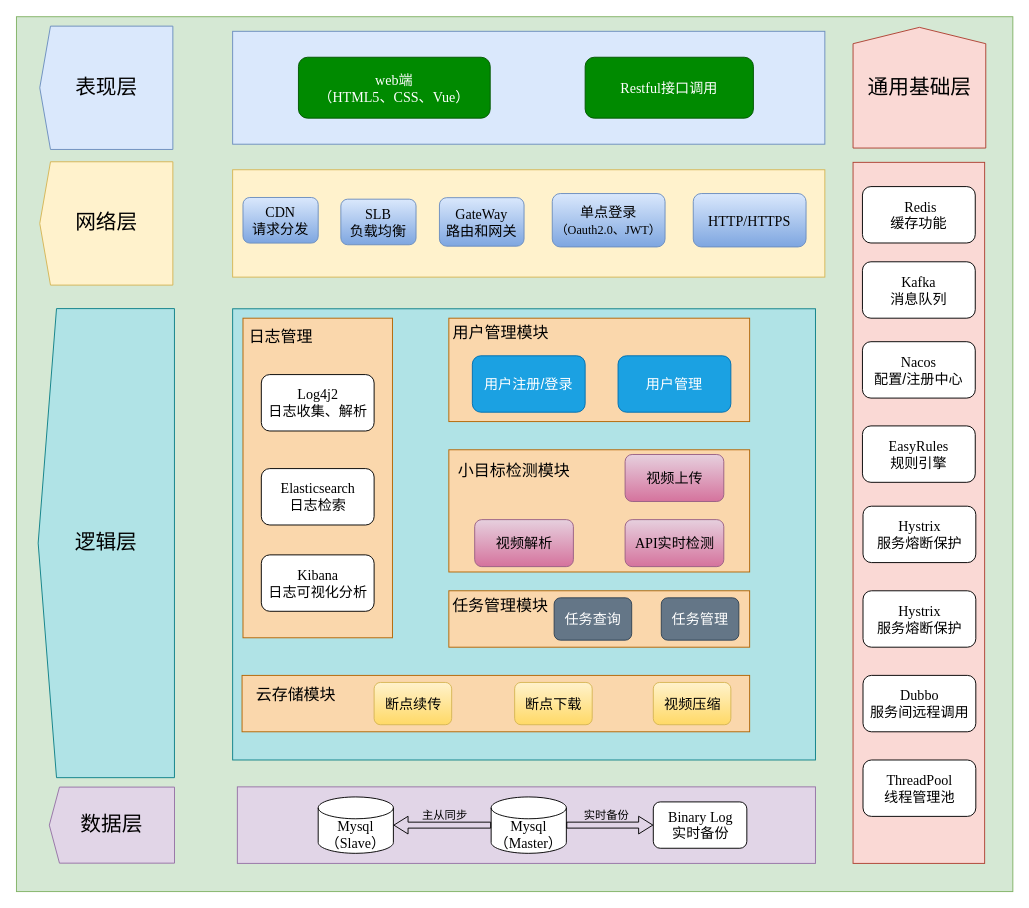
Earlier version of the draw.io diagram DrawIO_file/毕业论文画图/小目标检测系统架构图.drawio (DingDongZz/typera_PicGO). Source tidied: cells renumbered, new cells numbered last; positions are measured from the earlier drawing's top-left corner, leaving out a move shared by most shapes. Both pictures are drawn from the tidied source at 94%, with x=0, y=0 at pixel (-129, 16).
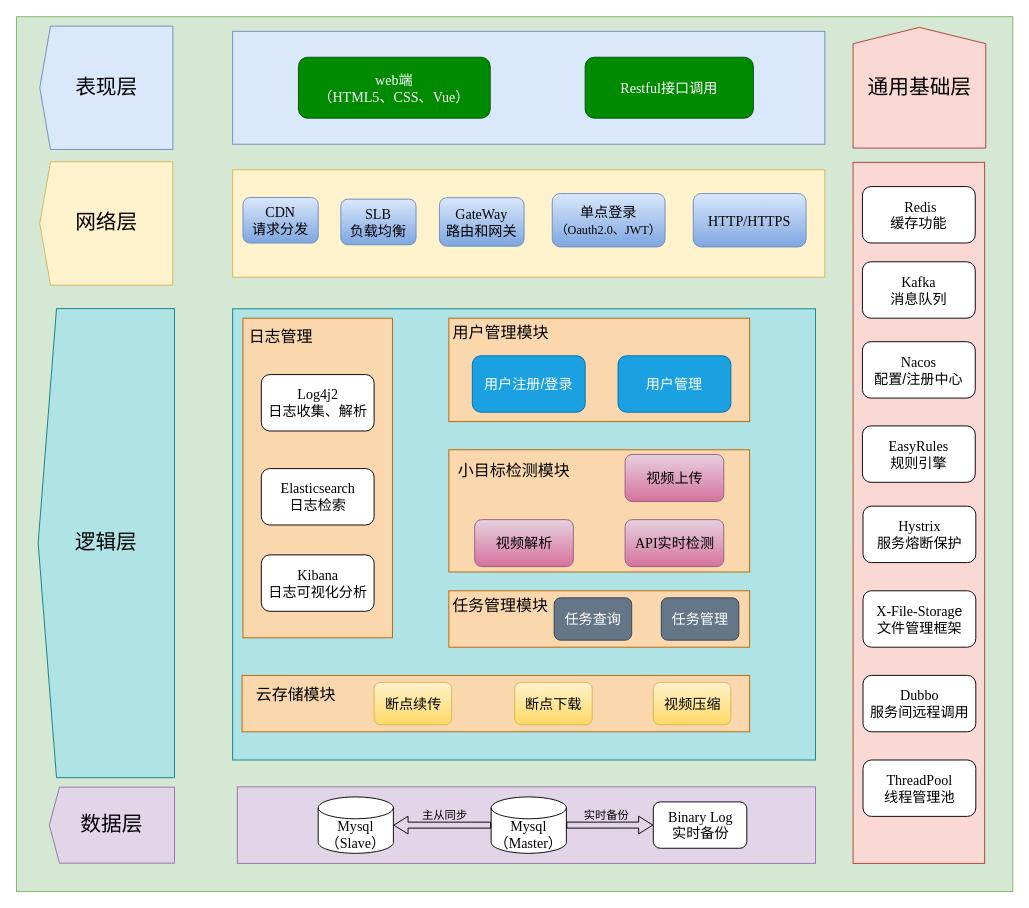
The same page after the edit.

Commit message:
更新小目标检测系统架构图.drawio

Change to the diagram source:
```diff
@@
-    <mxCell id="46" value="&lt;div&gt;&lt;font face=&quot;Times New Roman&quot;&gt;Hystrix&lt;/font&gt;&lt;/div&gt;服务熔断保护" style="rounded=1;whiteSpace=wrap;html=1;fontFamily=宋体;fontSize=15;" parent="1" vertex="1">
+    <mxCell id="46" value="&lt;font face=&quot;Times New Roman&quot;&gt;X-File-Storag&lt;/font&gt;&lt;font face=&quot;宋体&quot;&gt;e&lt;/font&gt;&lt;div&gt;&lt;font face=&quot;宋体&quot;&gt;文件管理框架&lt;/font&gt;&lt;/div&gt;" style="rounded=1;whiteSpace=wrap;html=1;fontFamily=宋体;fontSize=15;strokeColor=default;align=center;verticalAlign=middle;fontColor=default;fillColor=default;" parent="1" vertex="1">
       <mxGeometry x="1054.6" y="611" width="120" height="60" as="geometry" />
     </mxCell>
```
